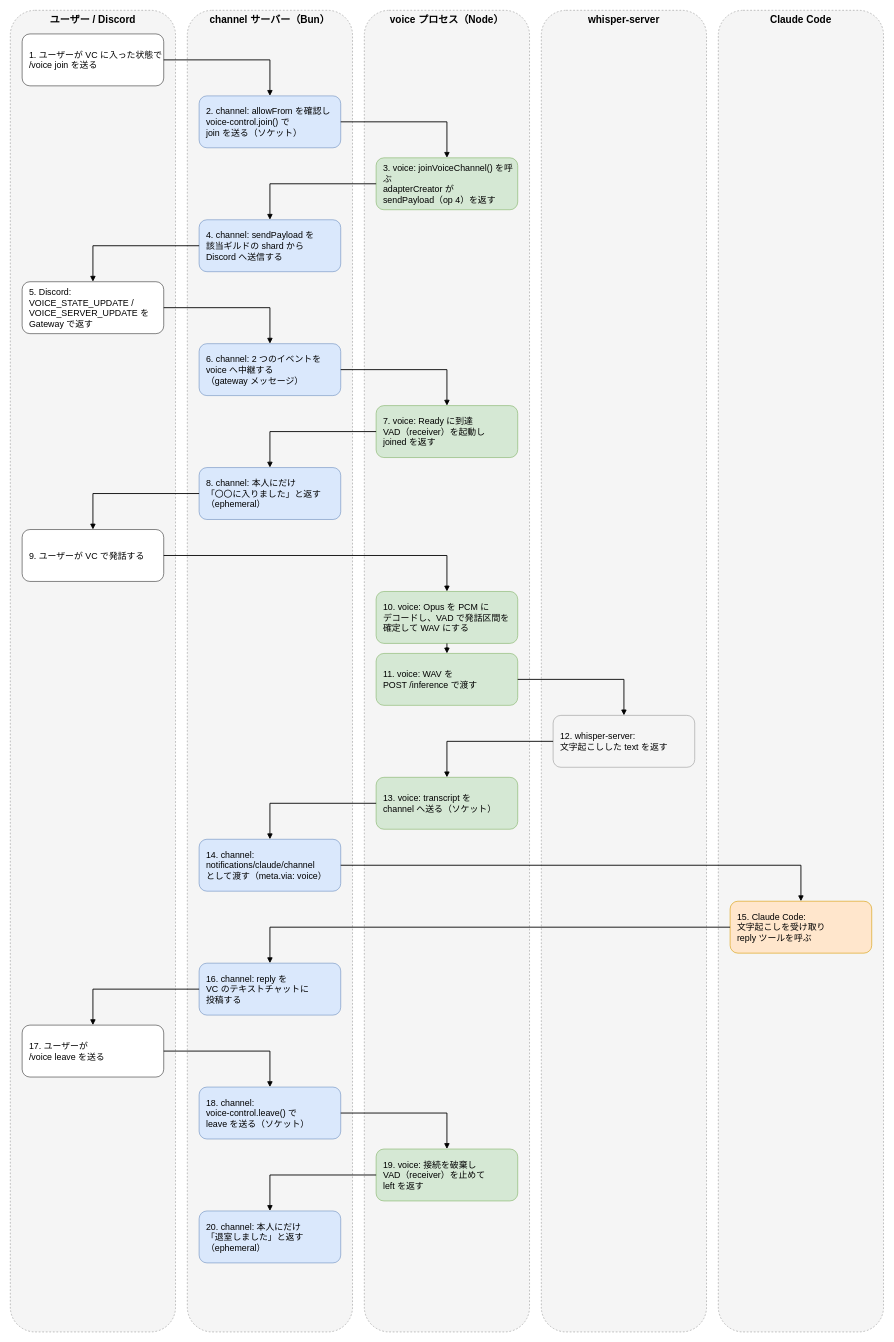
Before: docs/diagrams/voice-sequence.drawio in umitsu-tech/claude-code-discord-bot, a draw.io diagram. Source tidied: cells renumbered, new cells numbered last; positions are measured from the earlier drawing's top-left corner, leaving out a move shared by most shapes. Both pictures are drawn from the tidied source at 59%, with x=0, y=0 at pixel (10, 10).
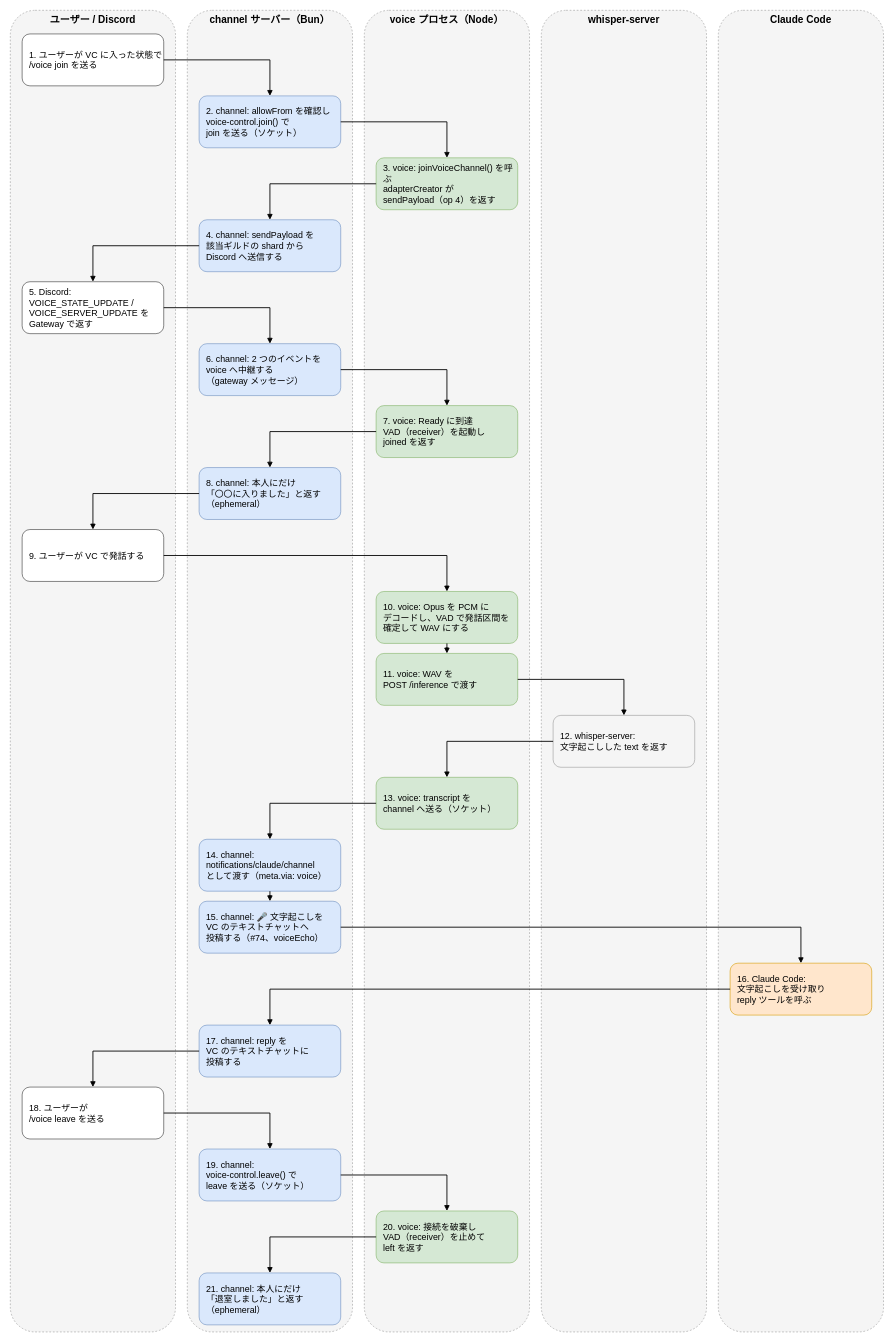
After the change.

The change refers to these unchanged cells:
```xml
<mxCell id="20" value="14. channel:&lt;br&gt;notifications/claude/channel&lt;br&gt;として渡す（meta.via: voice）" style="rounded=1;whiteSpace=wrap;html=1;fillColor=#DAE8FC;strokeColor=#6C8EBF;fontSize=15;align=left;spacingLeft=10;" parent="1" vertex="1">
  <mxGeometry x="320" y="1405" width="240" height="88" as="geometry" />
</mxCell>
```

What changed in the source:
```diff
@@
+    <mxCell id="46" value="15. channel: 🎤 文字起こしを&lt;br&gt;VC のテキストチャットへ&lt;br&gt;投稿する（#74、voiceEcho）" style="rounded=1;whiteSpace=wrap;html=1;fillColor=#DAE8FC;strokeColor=#6C8EBF;fontSize=15;align=left;spacingLeft=10;" parent="1" vertex="1">
+      <mxGeometry x="320" y="1510" width="240" height="88" as="geometry" />
+    </mxCell>
-    <mxCell id="21" value="15. Claude Code:&lt;br&gt;文字起こしを受け取り&lt;br&gt;reply ツールを呼ぶ" style="rounded=1;whiteSpace=wrap;html=1;fillColor=#FFE6CC;strokeColor=#D79B00;fontSize=15;align=left;spacingLeft=10;" parent="1" vertex="1">
-      <mxGeometry x="1220" y="1510" width="240" height="88" as="geometry" />
+    <mxCell id="21" value="16. Claude Code:&lt;br&gt;文字起こしを受け取り&lt;br&gt;reply ツールを呼ぶ" style="rounded=1;whiteSpace=wrap;html=1;fillColor=#FFE6CC;strokeColor=#D79B00;fontSize=15;align=left;spacingLeft=10;" parent="1" vertex="1">
+      <mxGeometry x="1220" y="1615" width="240" height="88" as="geometry" />
     </mxCell>
-    <mxCell id="22" value="16. channel: reply を&lt;br&gt;VC のテキストチャットに&lt;br&gt;投稿する" style="rounded=1;whiteSpace=wrap;html=1;fillColor=#DAE8FC;strokeColor=#6C8EBF;fontSize=15;align=left;spacingLeft=10;" parent="1" vertex="1">
-      <mxGeometry x="320" y="1615" width="240" height="88" as="geometry" />
+    <mxCell id="22" value="17. channel: reply を&lt;br&gt;VC のテキストチャットに&lt;br&gt;投稿する" style="rounded=1;whiteSpace=wrap;html=1;fillColor=#DAE8FC;strokeColor=#6C8EBF;fontSize=15;align=left;spacingLeft=10;" parent="1" vertex="1">
+      <mxGeometry x="320" y="1720" width="240" height="88" as="geometry" />
     </mxCell>
-    <mxCell id="23" value="17. ユーザーが&lt;br&gt;/voice leave を送る" style="rounded=1;whiteSpace=wrap;html=1;fillColor=#FFFFFF;strokeColor=#333333;fontSize=15;align=left;spacingLeft=10;" parent="1" vertex="1">
-      <mxGeometry x="20" y="1720" width="240" height="88" as="geometry" />
+    <mxCell id="23" value="18. ユーザーが&lt;br&gt;/voice leave を送る" style="rounded=1;whiteSpace=wrap;html=1;fillColor=#FFFFFF;strokeColor=#333333;fontSize=15;align=left;spacingLeft=10;" parent="1" vertex="1">
+      <mxGeometry x="20" y="1825" width="240" height="88" as="geometry" />
     </mxCell>
-    <mxCell id="24" value="18. channel:&lt;br&gt;voice-control.leave() で&lt;br&gt;leave を送る（ソケット）" style="rounded=1;whiteSpace=wrap;html=1;fillColor=#DAE8FC;strokeColor=#6C8EBF;fontSize=15;align=left;spacingLeft=10;" parent="1" vertex="1">
-      <mxGeometry x="320" y="1825" width="240" height="88" as="geometry" />
+    <mxCell id="24" value="19. channel:&lt;br&gt;voice-control.leave() で&lt;br&gt;leave を送る（ソケット）" style="rounded=1;whiteSpace=wrap;html=1;fillColor=#DAE8FC;strokeColor=#6C8EBF;fontSize=15;align=left;spacingLeft=10;" parent="1" vertex="1">
+      <mxGeometry x="320" y="1930" width="240" height="88" as="geometry" />
     </mxCell>
-    <mxCell id="25" value="19. voice: 接続を破棄し&lt;br&gt;VAD（receiver）を止めて&lt;br&gt;left を返す" style="rounded=1;whiteSpace=wrap;html=1;fillColor=#D5E8D4;strokeColor=#82B366;fontSize=15;align=left;spacingLeft=10;" parent="1" vertex="1">
-      <mxGeometry x="620" y="1930" width="240" height="88" as="geometry" />
+    <mxCell id="25" value="20. voice: 接続を破棄し&lt;br&gt;VAD（receiver）を止めて&lt;br&gt;left を返す" style="rounded=1;whiteSpace=wrap;html=1;fillColor=#D5E8D4;strokeColor=#82B366;fontSize=15;align=left;spacingLeft=10;" parent="1" vertex="1">
+      <mxGeometry x="620" y="2035" width="240" height="88" as="geometry" />
     </mxCell>
-    <mxCell id="26" value="20. channel: 本人にだけ&lt;br&gt;「退室しました」と返す&lt;br&gt;（ephemeral）" style="rounded=1;whiteSpace=wrap;html=1;fillColor=#DAE8FC;strokeColor=#6C8EBF;fontSize=15;align=left;spacingLeft=10;" parent="1" vertex="1">
-      <mxGeometry x="320" y="2035" width="240" height="88" as="geometry" />
+    <mxCell id="26" value="21. channel: 本人にだけ&lt;br&gt;「退室しました」と返す&lt;br&gt;（ephemeral）" style="rounded=1;whiteSpace=wrap;html=1;fillColor=#DAE8FC;strokeColor=#6C8EBF;fontSize=15;align=left;spacingLeft=10;" parent="1" vertex="1">
+      <mxGeometry x="320" y="2140" width="240" height="88" as="geometry" />
     </mxCell>
@@
-    <mxCell id="40" style="edgeStyle=orthogonalEdgeStyle;rounded=0;html=1;fontSize=14;endArrow=block;endFill=1;strokeWidth=1.5;labelBackgroundColor=none;" parent="1" edge="1" source="20" target="21">
+    <mxCell id="40" style="edgeStyle=orthogonalEdgeStyle;rounded=0;html=1;fontSize=14;endArrow=block;endFill=1;strokeWidth=1.5;labelBackgroundColor=none;" parent="1" edge="1" source="20" target="46">
       <mxGeometry relative="1" as="geometry" />
     </mxCell>
+    <mxCell id="47" style="edgeStyle=orthogonalEdgeStyle;rounded=0;html=1;fontSize=14;endArrow=block;endFill=1;strokeWidth=1.5;labelBackgroundColor=none;" parent="1" edge="1" source="46" target="21">
+      <mxGeometry relative="1" as="geometry" />
+    </mxCell>
```
